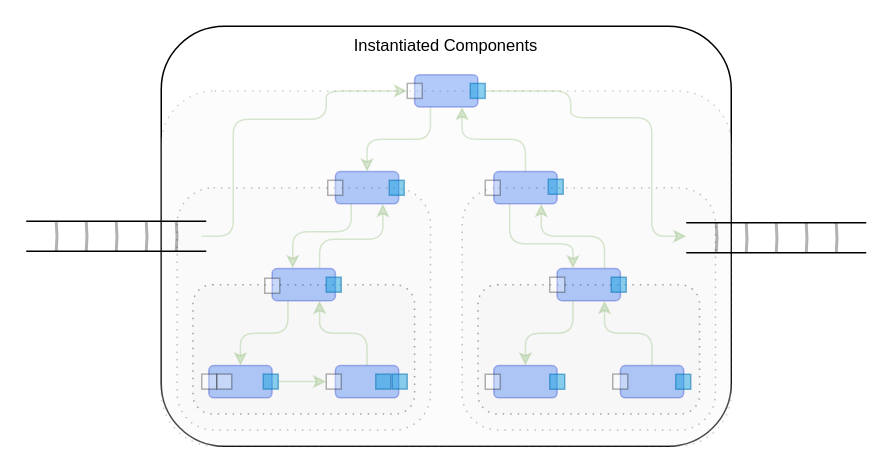
This is page "5. Run" (5 of 6) of helloworld0d/doc/Towards DPLs.drawio from guitarvydas/onward, a draw.io file, before an edit. Source tidied: cells renumbered, new cells numbered last; positions are measured from the earlier drawing's top-left corner, leaving out a move shared by most shapes. Both pictures are drawn from the tidied source at 150%, with x=0, y=0 at pixel (26, 26).
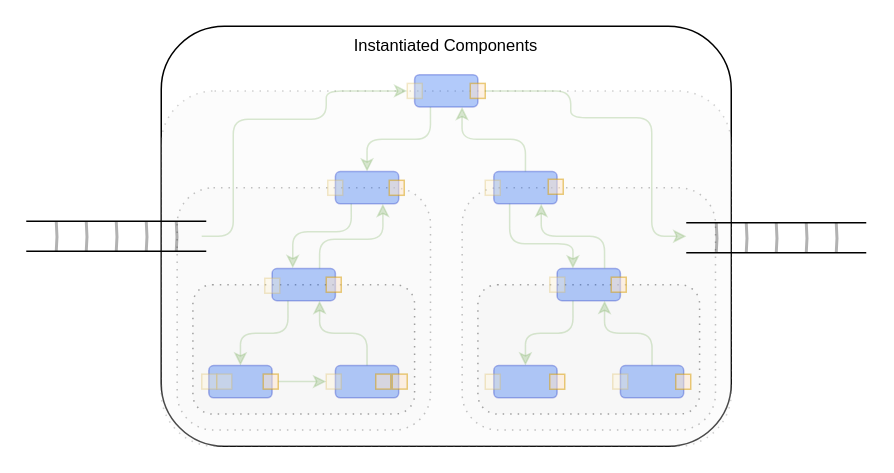
Above is the later version.

Unchanged cells that the change refers to:
```xml
<mxCell id="2" value="Instantiated Components" style="rounded=1;whiteSpace=wrap;html=1;fontFamily=Helvetica;fontSize=11;fontColor=default;labelBackgroundColor=default;verticalAlign=top;" parent="1" vertex="1">
  <mxGeometry x="90" width="380" height="280" as="geometry" />
</mxCell>
```

The edit, as a diff of the source:
```diff
@@
-    <mxCell id="26" style="rounded=1;whiteSpace=wrap;html=1;fontFamily=Helvetica;fontSize=11;labelBackgroundColor=default;opacity=30;arcSize=0;" parent="2" vertex="1">
+    <mxCell id="26" style="rounded=1;whiteSpace=wrap;html=1;fontFamily=Helvetica;fontSize=11;labelBackgroundColor=default;opacity=30;arcSize=0;fillColor=#fff2cc;strokeColor=#d6b656;" parent="2" vertex="1">
       <mxGeometry x="27" y="231.9" width="10" height="10" as="geometry" />
     </mxCell>
-    <mxCell id="27" style="rounded=1;whiteSpace=wrap;html=1;fontFamily=Helvetica;fontSize=11;labelBackgroundColor=default;opacity=30;arcSize=0;" parent="2" vertex="1">
+    <mxCell id="27" style="rounded=1;whiteSpace=wrap;html=1;fontFamily=Helvetica;fontSize=11;labelBackgroundColor=default;opacity=30;arcSize=0;fillColor=#fff2cc;strokeColor=#d6b656;" parent="2" vertex="1">
       <mxGeometry x="37" y="231.9" width="10" height="10" as="geometry" />
     </mxCell>
-    <mxCell id="28" style="rounded=1;whiteSpace=wrap;html=1;fontFamily=Helvetica;fontSize=11;labelBackgroundColor=default;opacity=30;arcSize=0;" parent="2" vertex="1">
+    <mxCell id="28" style="rounded=1;whiteSpace=wrap;html=1;fontFamily=Helvetica;fontSize=11;labelBackgroundColor=default;opacity=30;arcSize=0;fillColor=#fff2cc;strokeColor=#d6b656;" parent="2" vertex="1">
       <mxGeometry x="110" y="231.9" width="10" height="10" as="geometry" />
     </mxCell>
@@
-    <mxCell id="30" style="rounded=1;whiteSpace=wrap;html=1;fontFamily=Helvetica;fontSize=11;labelBackgroundColor=default;fillColor=#1ba1e2;strokeColor=#006EAF;opacity=50;arcSize=0;fontColor=#ffffff;" parent="2" vertex="1">
+    <mxCell id="30" style="rounded=1;whiteSpace=wrap;html=1;fontFamily=Helvetica;fontSize=11;labelBackgroundColor=default;fillColor=#ffe6cc;strokeColor=#d79b00;opacity=50;arcSize=0;" parent="2" vertex="1">
       <mxGeometry x="68" y="231.9" width="10" height="10" as="geometry" />
     </mxCell>
-    <mxCell id="31" style="rounded=1;whiteSpace=wrap;html=1;fontFamily=Helvetica;fontSize=11;labelBackgroundColor=default;fillColor=#1ba1e2;strokeColor=#006EAF;opacity=50;arcSize=0;fontColor=#ffffff;" parent="2" vertex="1">
+    <mxCell id="31" style="rounded=1;whiteSpace=wrap;html=1;fontFamily=Helvetica;fontSize=11;labelBackgroundColor=default;fillColor=#ffe6cc;strokeColor=#d79b00;opacity=50;arcSize=0;" parent="2" vertex="1">
       <mxGeometry x="143" y="231.9" width="10" height="10" as="geometry" />
     </mxCell>
-    <mxCell id="32" style="rounded=1;whiteSpace=wrap;html=1;fontFamily=Helvetica;fontSize=11;labelBackgroundColor=default;fillColor=#1ba1e2;strokeColor=#006EAF;opacity=50;arcSize=0;fontColor=#ffffff;" parent="2" vertex="1">
+    <mxCell id="32" style="rounded=1;whiteSpace=wrap;html=1;fontFamily=Helvetica;fontSize=11;labelBackgroundColor=default;fillColor=#ffe6cc;strokeColor=#d79b00;opacity=50;arcSize=0;" parent="2" vertex="1">
       <mxGeometry x="154" y="231.9" width="10" height="10" as="geometry" />
     </mxCell>
-    <mxCell id="33" style="rounded=1;whiteSpace=wrap;html=1;fontFamily=Helvetica;fontSize=11;labelBackgroundColor=default;fillColor=#1ba1e2;strokeColor=#006EAF;opacity=50;arcSize=0;fontColor=#ffffff;" parent="2" vertex="1">
+    <mxCell id="33" style="rounded=1;whiteSpace=wrap;html=1;fontFamily=Helvetica;fontSize=11;labelBackgroundColor=default;fillColor=#ffe6cc;strokeColor=#d79b00;opacity=50;arcSize=0;" parent="2" vertex="1">
       <mxGeometry x="110" y="167.3" width="10" height="10" as="geometry" />
     </mxCell>
-    <mxCell id="34" style="rounded=1;whiteSpace=wrap;html=1;fontFamily=Helvetica;fontSize=11;labelBackgroundColor=default;fillColor=#1ba1e2;strokeColor=#006EAF;opacity=50;arcSize=0;fontColor=#ffffff;" parent="2" vertex="1">
+    <mxCell id="34" style="rounded=1;whiteSpace=wrap;html=1;fontFamily=Helvetica;fontSize=11;labelBackgroundColor=default;fillColor=#ffe6cc;strokeColor=#d79b00;opacity=50;arcSize=0;" parent="2" vertex="1">
       <mxGeometry x="152" y="102.7" width="10" height="10" as="geometry" />
     </mxCell>
-    <mxCell id="35" style="rounded=1;whiteSpace=wrap;html=1;fontFamily=Helvetica;fontSize=11;labelBackgroundColor=default;fillColor=#1ba1e2;strokeColor=#006EAF;opacity=50;arcSize=0;fontColor=#ffffff;" parent="2" vertex="1">
+    <mxCell id="35" style="rounded=1;whiteSpace=wrap;html=1;fontFamily=Helvetica;fontSize=11;labelBackgroundColor=default;fillColor=#ffe6cc;strokeColor=#d79b00;opacity=50;arcSize=0;" parent="2" vertex="1">
       <mxGeometry x="258" y="102" width="10" height="10" as="geometry" />
     </mxCell>
-    <mxCell id="36" style="rounded=1;whiteSpace=wrap;html=1;fontFamily=Helvetica;fontSize=11;labelBackgroundColor=default;fillColor=#1ba1e2;strokeColor=#006EAF;opacity=50;arcSize=0;fontColor=#ffffff;" parent="2" vertex="1">
+    <mxCell id="36" style="rounded=1;whiteSpace=wrap;html=1;fontFamily=Helvetica;fontSize=11;labelBackgroundColor=default;fillColor=#ffe6cc;strokeColor=#d79b00;opacity=50;arcSize=0;" parent="2" vertex="1">
       <mxGeometry x="300" y="167.3" width="10" height="10" as="geometry" />
     </mxCell>
-    <mxCell id="37" style="rounded=1;whiteSpace=wrap;html=1;fontFamily=Helvetica;fontSize=11;labelBackgroundColor=default;fillColor=#1ba1e2;strokeColor=#006EAF;opacity=50;arcSize=0;fontColor=#ffffff;" parent="2" vertex="1">
+    <mxCell id="37" style="rounded=1;whiteSpace=wrap;html=1;fontFamily=Helvetica;fontSize=11;labelBackgroundColor=default;fillColor=#ffe6cc;strokeColor=#d79b00;opacity=50;arcSize=0;" parent="2" vertex="1">
       <mxGeometry x="259" y="232" width="10" height="10" as="geometry" />
     </mxCell>
-    <mxCell id="38" style="rounded=1;whiteSpace=wrap;html=1;fontFamily=Helvetica;fontSize=11;labelBackgroundColor=default;fillColor=#1ba1e2;strokeColor=#006EAF;opacity=50;arcSize=0;fontColor=#ffffff;" parent="2" vertex="1">
+    <mxCell id="38" style="rounded=1;whiteSpace=wrap;html=1;fontFamily=Helvetica;fontSize=11;labelBackgroundColor=default;fillColor=#ffe6cc;strokeColor=#d79b00;opacity=50;arcSize=0;" parent="2" vertex="1">
       <mxGeometry x="343" y="232" width="10" height="10" as="geometry" />
     </mxCell>
-    <mxCell id="39" style="rounded=1;whiteSpace=wrap;html=1;fontFamily=Helvetica;fontSize=11;labelBackgroundColor=default;fillColor=#1ba1e2;strokeColor=#006EAF;opacity=50;arcSize=0;fontColor=#ffffff;" parent="2" vertex="1">
+    <mxCell id="39" style="rounded=1;whiteSpace=wrap;html=1;fontFamily=Helvetica;fontSize=11;labelBackgroundColor=default;fillColor=#ffe6cc;strokeColor=#d79b00;opacity=50;arcSize=0;" parent="2" vertex="1">
       <mxGeometry x="206" y="38.1" width="10" height="10" as="geometry" />
     </mxCell>
-    <mxCell id="40" style="rounded=1;whiteSpace=wrap;html=1;fontFamily=Helvetica;fontSize=11;labelBackgroundColor=default;opacity=30;arcSize=0;" parent="2" vertex="1">
+    <mxCell id="40" style="rounded=1;whiteSpace=wrap;html=1;fontFamily=Helvetica;fontSize=11;labelBackgroundColor=default;opacity=30;arcSize=0;fillColor=#fff2cc;strokeColor=#d6b656;" parent="2" vertex="1">
       <mxGeometry x="69" y="168" width="10" height="10" as="geometry" />
     </mxCell>
-    <mxCell id="41" style="rounded=1;whiteSpace=wrap;html=1;fontFamily=Helvetica;fontSize=11;labelBackgroundColor=default;opacity=30;arcSize=0;" parent="2" vertex="1">
+    <mxCell id="41" style="rounded=1;whiteSpace=wrap;html=1;fontFamily=Helvetica;fontSize=11;labelBackgroundColor=default;opacity=30;arcSize=0;fillColor=#fff2cc;strokeColor=#d6b656;" parent="2" vertex="1">
       <mxGeometry x="111" y="102.7" width="10" height="10" as="geometry" />
     </mxCell>
-    <mxCell id="42" style="rounded=1;whiteSpace=wrap;html=1;fontFamily=Helvetica;fontSize=11;labelBackgroundColor=default;opacity=30;arcSize=0;" parent="2" vertex="1">
+    <mxCell id="42" style="rounded=1;whiteSpace=wrap;html=1;fontFamily=Helvetica;fontSize=11;labelBackgroundColor=default;opacity=30;arcSize=0;fillColor=#fff2cc;strokeColor=#d6b656;" parent="2" vertex="1">
       <mxGeometry x="164" y="38.1" width="10" height="10" as="geometry" />
     </mxCell>
-    <mxCell id="43" style="rounded=1;whiteSpace=wrap;html=1;fontFamily=Helvetica;fontSize=11;labelBackgroundColor=default;opacity=30;arcSize=0;" parent="2" vertex="1">
+    <mxCell id="43" style="rounded=1;whiteSpace=wrap;html=1;fontFamily=Helvetica;fontSize=11;labelBackgroundColor=default;opacity=30;arcSize=0;fillColor=#fff2cc;strokeColor=#d6b656;" parent="2" vertex="1">
       <mxGeometry x="216" y="102.7" width="10" height="10" as="geometry" />
     </mxCell>
-    <mxCell id="44" style="rounded=1;whiteSpace=wrap;html=1;fontFamily=Helvetica;fontSize=11;labelBackgroundColor=default;opacity=30;arcSize=0;" parent="2" vertex="1">
+    <mxCell id="44" style="rounded=1;whiteSpace=wrap;html=1;fontFamily=Helvetica;fontSize=11;labelBackgroundColor=default;opacity=30;arcSize=0;fillColor=#fff2cc;strokeColor=#d6b656;" parent="2" vertex="1">
       <mxGeometry x="259" y="167.3" width="10" height="10" as="geometry" />
     </mxCell>
-    <mxCell id="45" style="rounded=1;whiteSpace=wrap;html=1;fontFamily=Helvetica;fontSize=11;labelBackgroundColor=default;opacity=30;arcSize=0;" parent="2" vertex="1">
+    <mxCell id="45" style="rounded=1;whiteSpace=wrap;html=1;fontFamily=Helvetica;fontSize=11;labelBackgroundColor=default;opacity=30;arcSize=0;fillColor=#fff2cc;strokeColor=#d6b656;" parent="2" vertex="1">
       <mxGeometry x="216" y="232" width="10" height="10" as="geometry" />
     </mxCell>
-    <mxCell id="46" style="rounded=1;whiteSpace=wrap;html=1;fontFamily=Helvetica;fontSize=11;labelBackgroundColor=default;opacity=30;arcSize=0;" parent="2" vertex="1">
+    <mxCell id="46" style="rounded=1;whiteSpace=wrap;html=1;fontFamily=Helvetica;fontSize=11;labelBackgroundColor=default;opacity=30;arcSize=0;fillColor=#fff2cc;strokeColor=#d6b656;" parent="2" vertex="1">
       <mxGeometry x="301" y="231.9" width="10" height="10" as="geometry" />
     </mxCell>
```
